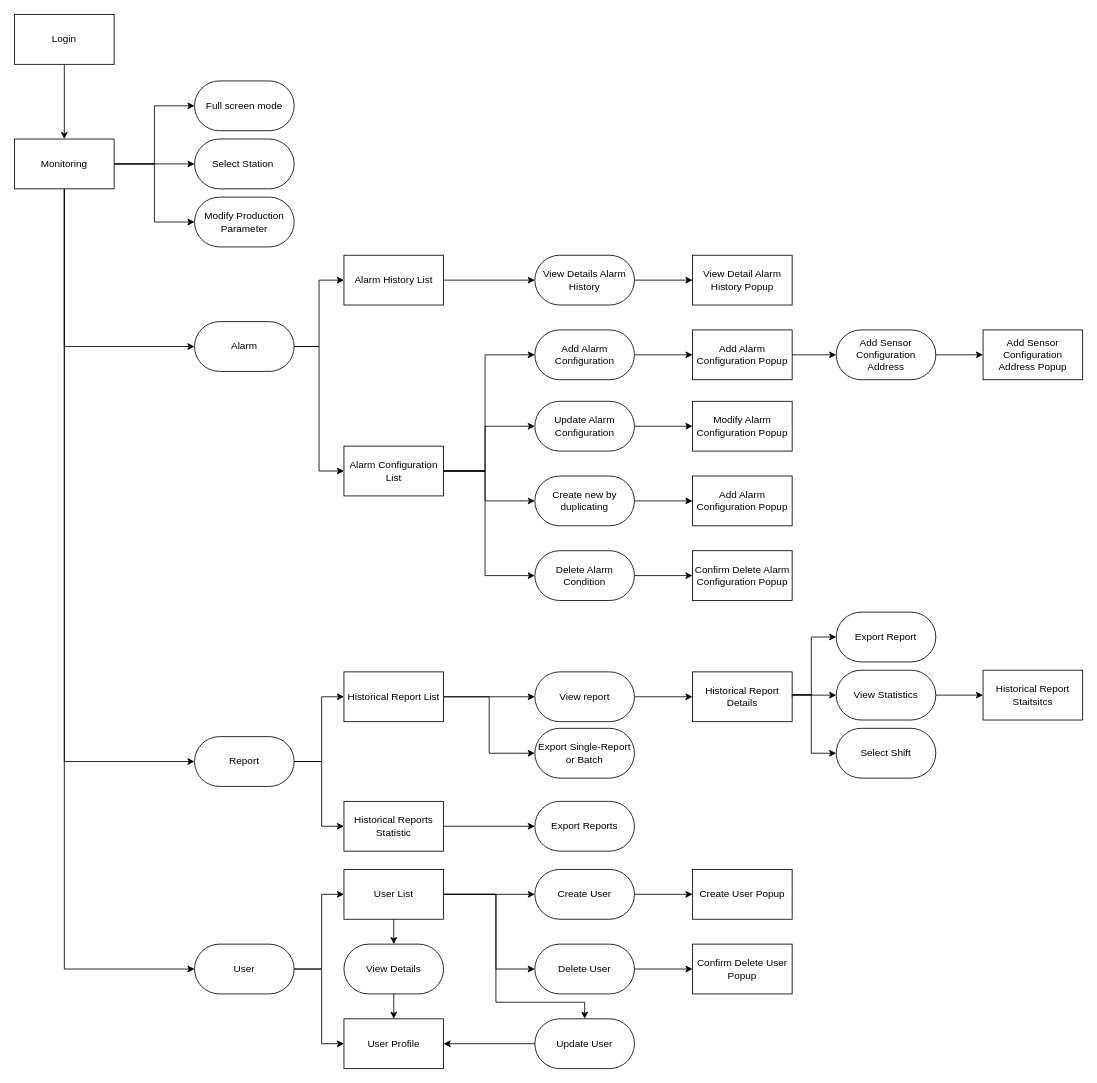
Above: Report7/SRS/FunctionalRequirement/SystemFunctionalOverview/screen-flow-T4-22.drawio in f-pms/Document (draw.io), before the change. Source tidied: cells renumbered, new cells numbered last; positions are measured from the earlier drawing's top-left corner, leaving out a move shared by most shapes. Both pictures are drawn from the tidied source at 83%, with x=0, y=0 at pixel (14, 14).
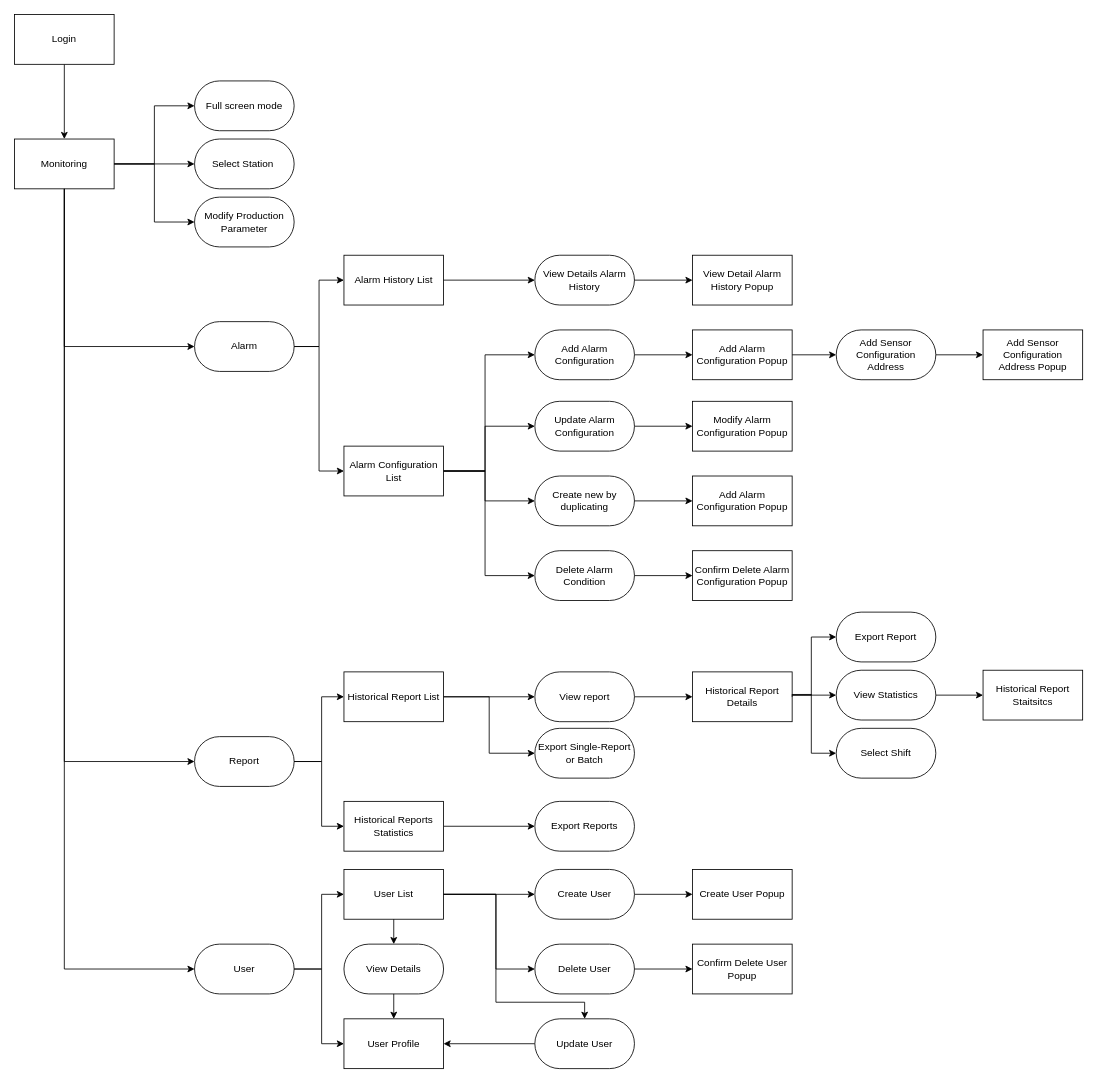
The same page after the edit.

Commit message (it also covers changes not shown here):
Kirin: fix typo of screen flow (#20)

Diff of the diagram source:
```diff
@@
-    <mxCell id="72" value="Historical Reports Statistic" style="rounded=0;whiteSpace=wrap;html=1;" parent="1" vertex="1">
+    <mxCell id="72" value="Historical Reports Statistics" style="rounded=0;whiteSpace=wrap;html=1;" parent="1" vertex="1">
       <mxGeometry x="396.9" y="948" width="120" height="60" as="geometry" />
     </mxCell>
```
